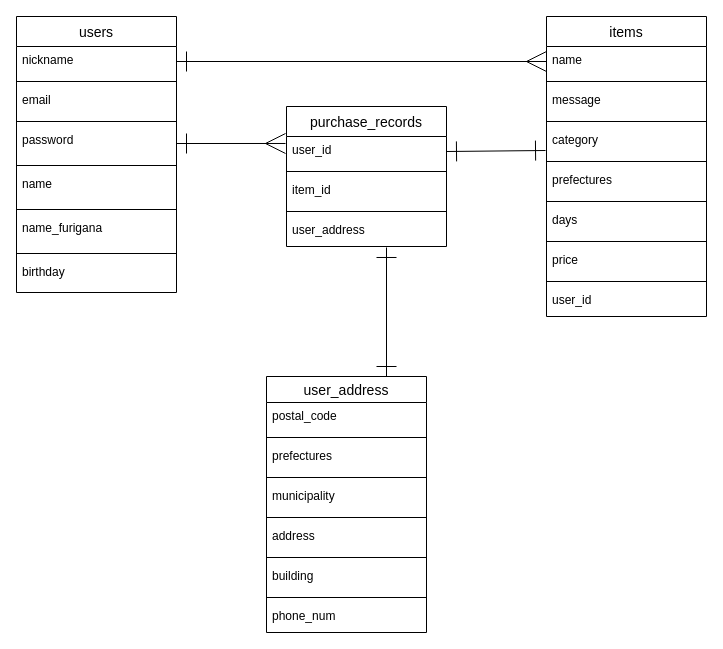
This is furima.dio from hanabusasusumu/furima-31947, a draw.io file, before an edit. Source tidied: cells renumbered, new cells numbered last; positions are measured from the earlier drawing's top-left corner, leaving out a move shared by most shapes. Both pictures are drawn from the tidied source at 100%, with x=0, y=0 at pixel (16, 16).
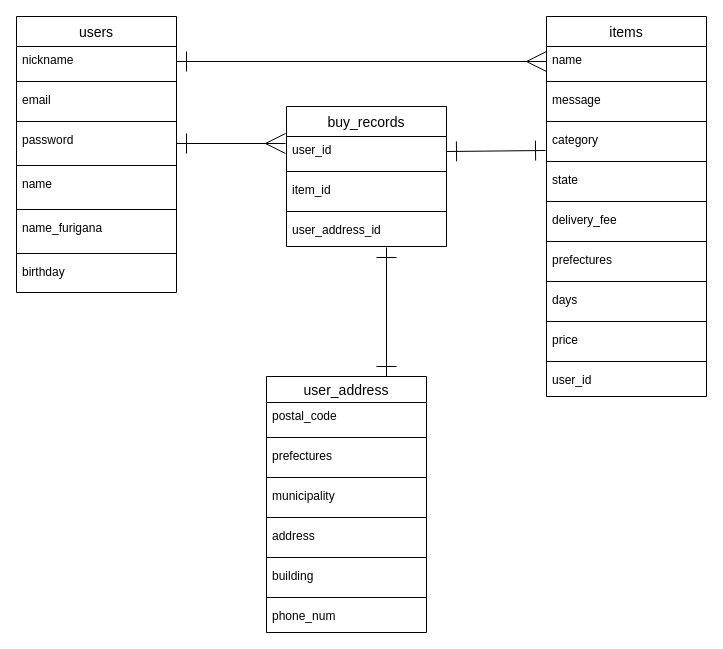
Above is the later version.

Diff of the diagram source:
```diff
@@
     <mxCell id="14" value="items" style="swimlane;fontStyle=0;horizontal=1;startSize=30;align=center;fontSize=14;" parent="1" vertex="1">
-      <mxGeometry x="530" width="160" height="300" as="geometry" />
+      <mxGeometry x="530" width="160" height="380" as="geometry" />
     </mxCell>
@@
+    <mxCell id="50" value="state" style="text;strokeColor=none;fillColor=none;spacingLeft=4;spacingRight=4;overflow=hidden;fontSize=12;" parent="14" vertex="1">
+      <mxGeometry y="150" width="160" height="30" as="geometry" />
+    </mxCell>
+    <mxCell id="51" style="line;strokeWidth=1;dashed=0;labelPosition=right;align=left;verticalAlign=middle;spacingTop=0;spacingLeft=6;" parent="14" vertex="1">
+      <mxGeometry y="180" width="160" height="10" as="geometry" />
+    </mxCell>
+    <mxCell id="52" value="delivery_fee" style="text;strokeColor=none;fillColor=none;spacingLeft=4;spacingRight=4;overflow=hidden;fontSize=12;" parent="14" vertex="1">
+      <mxGeometry y="190" width="160" height="30" as="geometry" />
+    </mxCell>
+    <mxCell id="53" style="line;strokeWidth=1;dashed=0;labelPosition=right;align=left;verticalAlign=middle;spacingTop=0;spacingLeft=6;" parent="14" vertex="1">
+      <mxGeometry y="220" width="160" height="10" as="geometry" />
+    </mxCell>
     <mxCell id="21" value="prefectures" style="text;strokeColor=none;fillColor=none;spacingLeft=4;spacingRight=4;overflow=hidden;fontSize=12;" parent="14" vertex="1">
-      <mxGeometry y="150" width="160" height="30" as="geometry" />
+      <mxGeometry y="230" width="160" height="30" as="geometry" />
     </mxCell>
     <mxCell id="22" style="line;strokeWidth=1;dashed=0;labelPosition=right;align=left;verticalAlign=middle;spacingTop=0;spacingLeft=6;" parent="14" vertex="1">
-      <mxGeometry y="180" width="160" height="10" as="geometry" />
+      <mxGeometry y="260" width="160" height="10" as="geometry" />
     </mxCell>
     <mxCell id="23" value="days" style="text;strokeColor=none;fillColor=none;spacingLeft=4;spacingRight=4;overflow=hidden;fontSize=12;" parent="14" vertex="1">
-      <mxGeometry y="190" width="160" height="30" as="geometry" />
+      <mxGeometry y="270" width="160" height="30" as="geometry" />
     </mxCell>
     <mxCell id="24" style="line;strokeWidth=1;dashed=0;labelPosition=right;align=left;verticalAlign=middle;spacingTop=0;spacingLeft=6;" parent="14" vertex="1">
-      <mxGeometry y="220" width="160" height="10" as="geometry" />
+      <mxGeometry y="300" width="160" height="10" as="geometry" />
     </mxCell>
     <mxCell id="25" value="price" style="text;strokeColor=none;fillColor=none;spacingLeft=4;spacingRight=4;overflow=hidden;fontSize=12;" parent="14" vertex="1">
-      <mxGeometry y="230" width="160" height="30" as="geometry" />
+      <mxGeometry y="310" width="160" height="30" as="geometry" />
     </mxCell>
     <mxCell id="26" style="line;strokeWidth=1;dashed=0;labelPosition=right;align=left;verticalAlign=middle;spacingTop=0;spacingLeft=6;" parent="14" vertex="1">
-      <mxGeometry y="260" width="160" height="10" as="geometry" />
+      <mxGeometry y="340" width="160" height="10" as="geometry" />
     </mxCell>
     <mxCell id="27" value="user_id" style="text;strokeColor=none;fillColor=none;spacingLeft=4;spacingRight=4;overflow=hidden;fontSize=12;" parent="14" vertex="1">
-      <mxGeometry y="270" width="160" height="30" as="geometry" />
+      <mxGeometry y="350" width="160" height="30" as="geometry" />
     </mxCell>
@@
-    <mxCell id="41" value="purchase_records" style="swimlane;fontStyle=0;horizontal=1;startSize=30;align=center;fontSize=14;" parent="1" vertex="1">
+    <mxCell id="41" value="buy_records" style="swimlane;fontStyle=0;horizontal=1;startSize=30;align=center;fontSize=14;" parent="1" vertex="1">
       <mxGeometry x="270" y="90" width="160" height="140" as="geometry" />
     </mxCell>
@@
-    <mxCell id="46" value="user_address" style="text;strokeColor=none;fillColor=none;spacingLeft=4;spacingRight=4;overflow=hidden;points=[[0,0.5],[1,0.5]];portConstraint=eastwest;fontSize=12;" parent="41" vertex="1">
+    <mxCell id="46" value="user_address_id" style="text;strokeColor=none;fillColor=none;spacingLeft=4;spacingRight=4;overflow=hidden;points=[[0,0.5],[1,0.5]];portConstraint=eastwest;fontSize=12;" parent="41" vertex="1">
       <mxGeometry y="110" width="160" height="30" as="geometry" />
     </mxCell>
```
